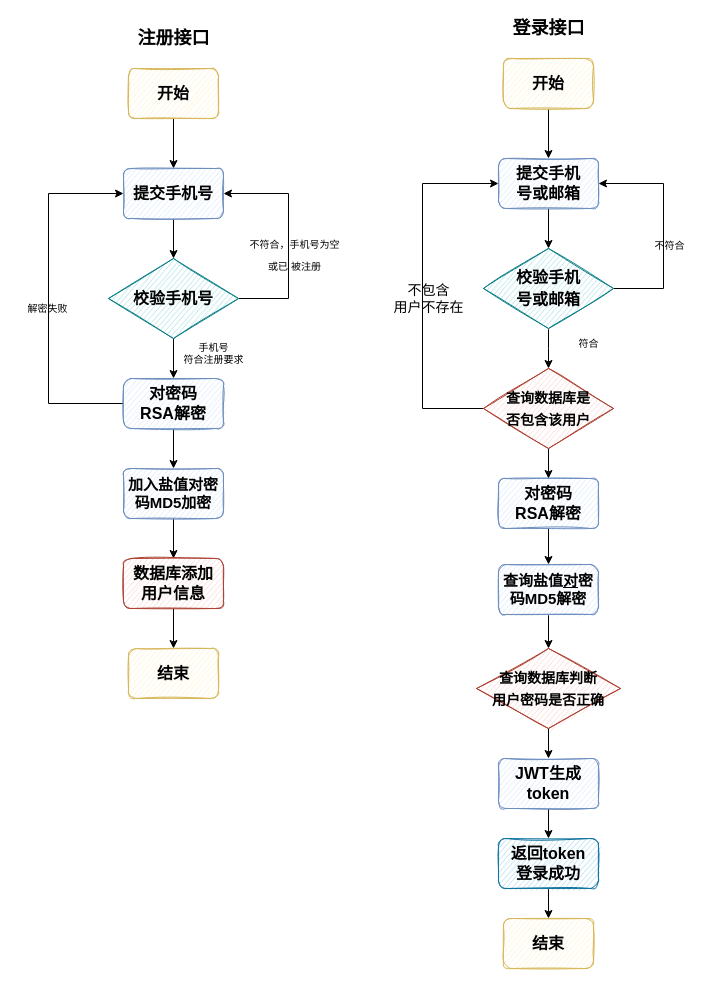
Earlier version of the draw.io diagram bilibili.drawio (Bukayoooo/Draws). Source tidied: cells renumbered, new cells numbered last; positions are measured from the earlier drawing's top-left corner, leaving out a move shared by most shapes. Both pictures are drawn from the tidied source at 100%, with x=0, y=0 at pixel (17, 18).
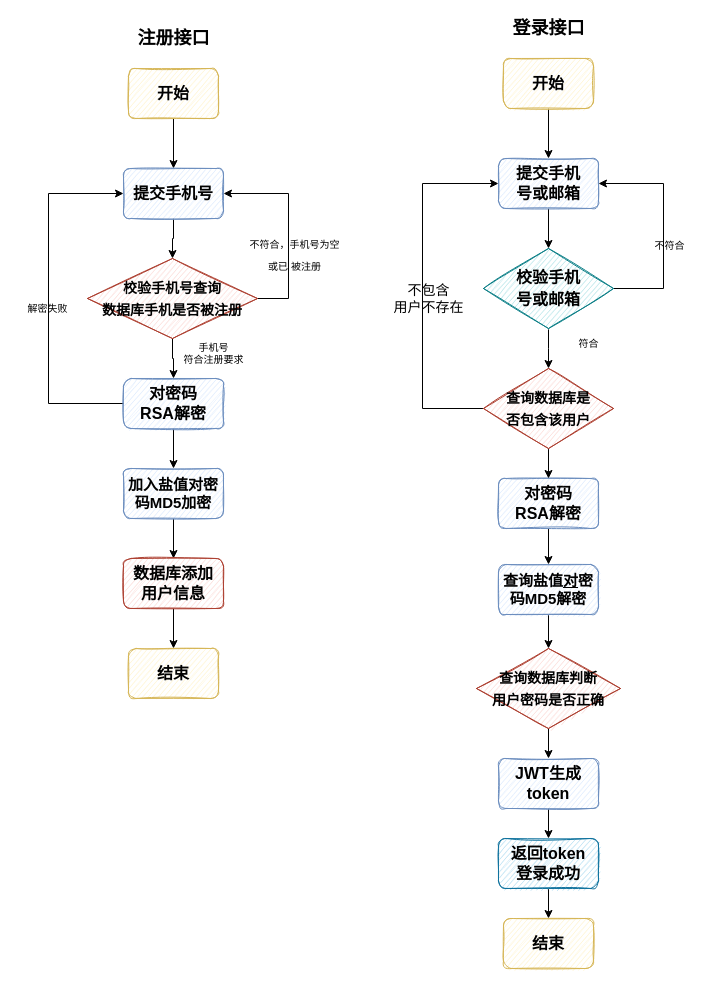
After the change.

Change to the diagram source:
```diff
@@
-    <mxCell id="8" value="&lt;b&gt;&lt;font style=&quot;font-size: 16px&quot;&gt;校验手机号&lt;/font&gt;&lt;/b&gt;" style="rhombus;whiteSpace=wrap;html=1;shadow=0;sketch=1;fontSize=18;fillColor=#b0e3e6;strokeColor=#0e8088;" parent="1" vertex="1">
-      <mxGeometry x="91" y="240" width="130" height="80" as="geometry" />
+    <mxCell id="8" value="&lt;b style=&quot;font-size: 14px&quot;&gt;&lt;font style=&quot;font-size: 14px&quot;&gt;校验手机号查询&lt;br&gt;数据库手机是否被注册&lt;br&gt;&lt;/font&gt;&lt;/b&gt;" style="rhombus;whiteSpace=wrap;html=1;shadow=0;sketch=1;fontSize=18;fillColor=#fad9d5;strokeColor=#ae4132;" parent="1" vertex="1">
+      <mxGeometry x="70" y="240" width="170" height="80" as="geometry" />
     </mxCell>
```
